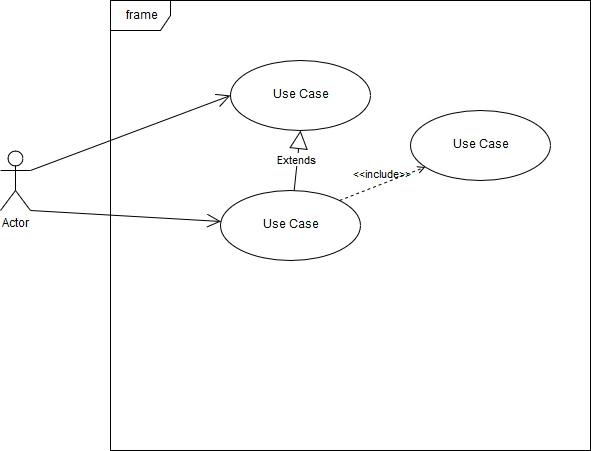
Earlier version of the draw.io export usecase/usercase_diagram.png (ManDev001/pfe_diagrams). Source tidied: cells renumbered, new cells last; positions are measured from the earlier drawing's top-left corner, leaving out a move shared by most shapes.
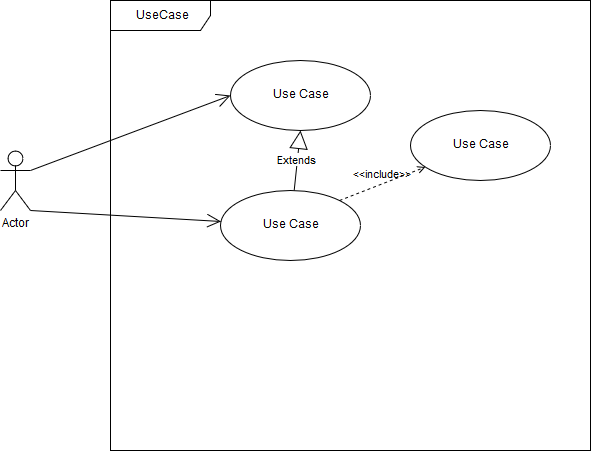
After the change.

What changed in the source:
```diff
@@ -2,7 +2,7 @@
   <root>
     <mxCell id="0" />
     <mxCell id="1" parent="0" />
-    <mxCell id="2" value="frame" style="shape=umlFrame;whiteSpace=wrap;html=1;" parent="1" vertex="1">
+    <mxCell id="2" value="UseCase" style="shape=umlFrame;whiteSpace=wrap;html=1;width=100;height=30;" parent="1" vertex="1">
       <mxGeometry x="110" width="480" height="450" as="geometry" />
     </mxCell>
     <mxCell id="3" value="Actor" style="shape=umlActor;verticalLabelPosition=bottom;labelBackgroundColor=#ffffff;verticalAlign=top;html=1;outlineConnect=0;" parent="1" vertex="1">
```
